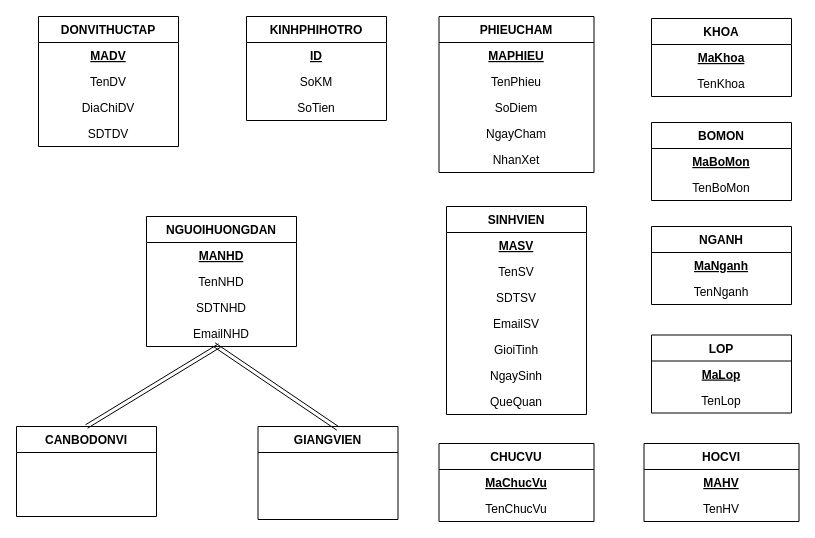
Earlier version of the draw.io diagram bao cao tuan/lam lai lan 1/tuan3.drawio (tronghao/DaAnCSDL). Source tidied: cells renumbered, new cells numbered last; positions are measured from the earlier drawing's top-left corner, leaving out a move shared by most shapes. Both pictures are drawn from the tidied source at 100%, with x=0, y=0 at pixel (16, 16).
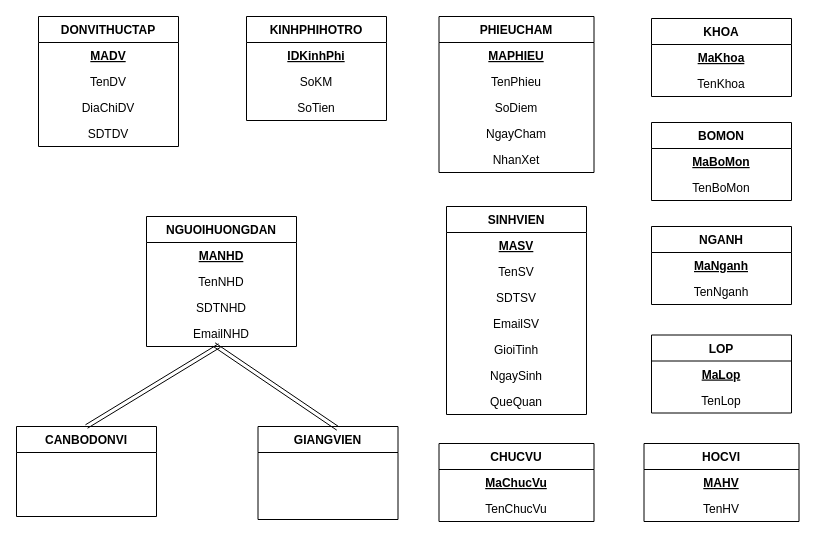
The same diagram, later.

The change refers to these unchanged cells:
```xml
<mxCell id="12" value="KINHPHIHOTRO" style="swimlane;fontStyle=1;horizontal=1;startSize=26;fillColor=none;" parent="1" vertex="1">
  <mxGeometry x="230" width="140" height="104" as="geometry" />
</mxCell>
```

The edit, as a diff of the source:
```diff
@@
-    <mxCell id="13" value="ID" style="text;strokeColor=none;fillColor=none;align=center;verticalAlign=top;spacingLeft=4;spacingRight=4;overflow=hidden;fontStyle=5;" parent="12" vertex="1">
+    <mxCell id="13" value="IDKinhPhi" style="text;strokeColor=none;fillColor=none;align=center;verticalAlign=top;spacingLeft=4;spacingRight=4;overflow=hidden;fontStyle=5;" parent="12" vertex="1">
       <mxGeometry y="26" width="140" height="26" as="geometry" />
     </mxCell>
```
